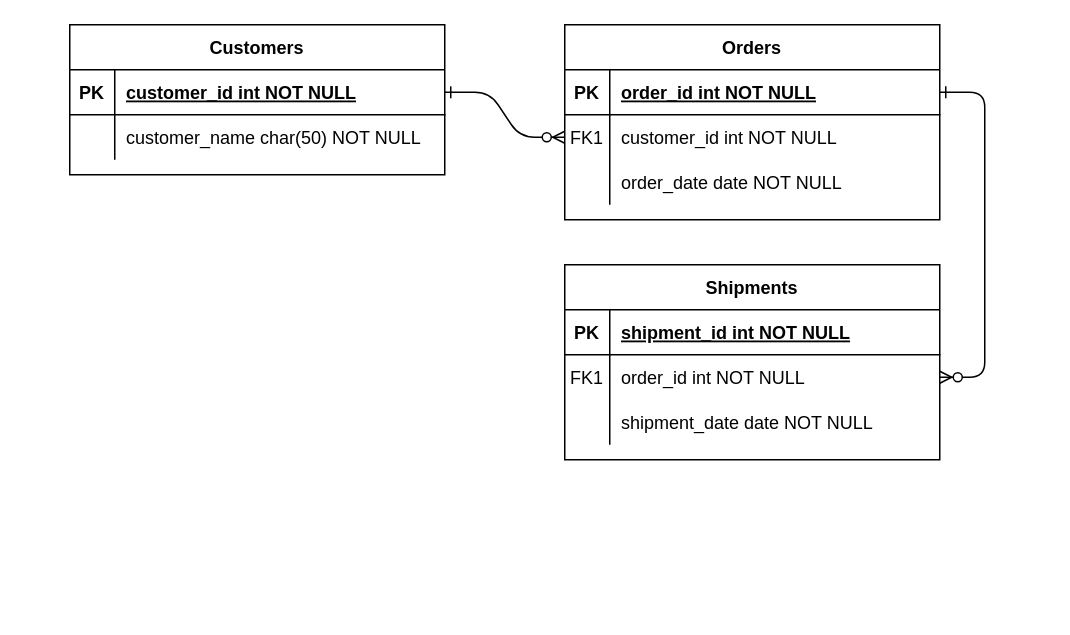
Before: feature-flag.drawio in vikhyat187/System-design-notes, a draw.io diagram. Source tidied: cells renumbered, new cells numbered last; positions are measured from the earlier drawing's top-left corner, leaving out a move shared by most shapes. Both pictures are drawn from the tidied source at 150%, with x=0, y=0 at pixel (69, 24).
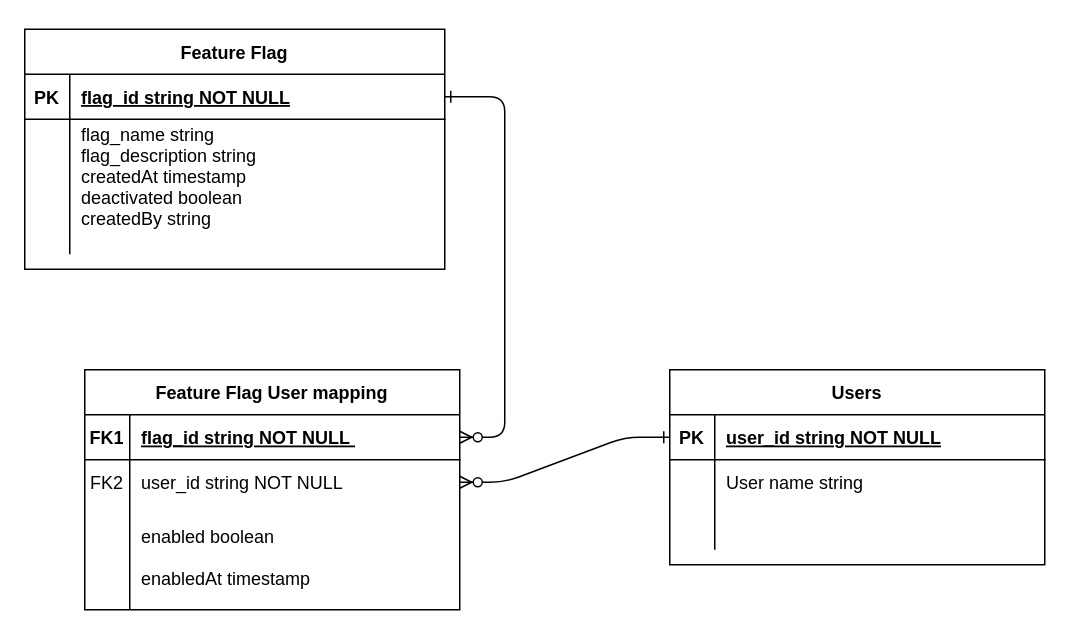
After the change.

Unchanged cells that the change refers to:
```xml
<mxCell id="5" style="shape=partialRectangle;fillColor=none;points=[[0,0.5],[1,0.5]];portConstraint=eastwest;top=0;left=0;right=0;bottom=1;" parent="4" vertex="1">
  <mxGeometry y="30" width="250" height="30" as="geometry" />
</mxCell>
<mxCell id="8" style="shape=partialRectangle;fillColor=none;points=[[0,0.5],[1,0.5]];portConstraint=eastwest;top=0;left=0;right=0;bottom=0;" parent="4" vertex="1">
  <mxGeometry y="60" width="250" height="30" as="geometry" />
</mxCell>
<mxCell id="11" style="shape=partialRectangle;fillColor=none;top=0;left=0;right=0;bottom=0;" parent="4" vertex="1">
  <mxGeometry y="90" width="250" height="30" as="geometry" />
</mxCell>
<mxCell id="15" style="shape=partialRectangle;fillColor=none;points=[[0,0.5],[1,0.5]];portConstraint=eastwest;top=0;left=0;right=0;bottom=1;" parent="14" vertex="1">
  <mxGeometry y="30" width="250" height="30" as="geometry" />
</mxCell>
<mxCell id="18" style="shape=partialRectangle;fillColor=none;points=[[0,0.5],[1,0.5]];portConstraint=eastwest;top=0;left=0;right=0;bottom=0;" parent="14" vertex="1">
  <mxGeometry y="60" width="250" height="30" as="geometry" />
</mxCell>
```

Diff of the diagram source:
```diff
@@
-    <mxCell id="2" style="edgeStyle=entityRelationEdgeStyle;endArrow=ERzeroToMany;startArrow=ERone;endFill=1;startFill=0;" parent="1" edge="1" source="25" target="8">
+    <mxCell id="2" style="edgeStyle=entityRelationEdgeStyle;endArrow=ERzeroToMany;startArrow=ERone;endFill=1;startFill=0;" parent="1" edge="1" source="25" target="15">
       <mxGeometry relative="1" as="geometry" />
     </mxCell>
@@
-    <mxCell id="4" value="Orders" style="shape=table;startSize=30;childLayout=tableLayout;rowLines=0;fontStyle=1;align=center;" parent="1" vertex="1">
-      <mxGeometry x="330" width="250" height="130" as="geometry" />
+    <mxCell id="4" value="Users" style="shape=table;startSize=30;childLayout=tableLayout;rowLines=0;fontStyle=1;align=center;" parent="1" vertex="1">
+      <mxGeometry x="400" y="230" width="250" height="130" as="geometry" />
     </mxCell>
@@
-    <mxCell id="7" value="order_id int NOT NULL " style="shape=partialRectangle;overflow=hidden;fillColor=none;top=0;left=0;bottom=0;right=0;align=left;spacingLeft=6;fontStyle=5;" parent="5" vertex="1">
+    <mxCell id="7" value="user_id string NOT NULL " style="shape=partialRectangle;overflow=hidden;fillColor=none;top=0;left=0;bottom=0;right=0;align=left;spacingLeft=6;fontStyle=5;" parent="5" vertex="1">
       <mxGeometry x="30" width="220" height="30" as="geometry" />
     </mxCell>
@@
-    <mxCell id="9" value="FK1" style="shape=partialRectangle;overflow=hidden;fillColor=none;top=0;left=0;bottom=0;right=0;" parent="8" vertex="1">
+    <mxCell id="9" style="shape=partialRectangle;overflow=hidden;fillColor=none;top=0;left=0;bottom=0;right=0;" parent="8" vertex="1">
       <mxGeometry width="30" height="30" as="geometry" />
     </mxCell>
-    <mxCell id="10" value="customer_id int NOT NULL" style="shape=partialRectangle;overflow=hidden;fillColor=none;top=0;left=0;bottom=0;right=0;align=left;spacingLeft=6;" parent="8" vertex="1">
+    <mxCell id="10" value="User name string" style="shape=partialRectangle;overflow=hidden;fillColor=none;top=0;left=0;bottom=0;right=0;align=left;spacingLeft=6;" parent="8" vertex="1">
       <mxGeometry x="30" width="220" height="30" as="geometry" />
     </mxCell>
@@
-    <mxCell id="13" value="order_date date NOT NULL" style="shape=partialRectangle;overflow=hidden;fillColor=none;top=0;left=0;bottom=0;right=0;align=left;spacingLeft=6;" parent="11" vertex="1">
+    <mxCell id="13" style="shape=partialRectangle;overflow=hidden;fillColor=none;top=0;left=0;bottom=0;right=0;align=left;spacingLeft=6;" parent="11" vertex="1">
       <mxGeometry x="30" width="220" height="30" as="geometry" />
     </mxCell>
-    <mxCell id="14" value="Shipments" style="shape=table;startSize=30;childLayout=tableLayout;rowLines=0;fontStyle=1;align=center;" parent="1" vertex="1">
-      <mxGeometry x="330" y="160" width="250" height="130" as="geometry" />
+    <mxCell id="14" value="Feature Flag User mapping" style="shape=table;startSize=30;childLayout=tableLayout;rowLines=0;fontStyle=1;align=center;" parent="1" vertex="1">
+      <mxGeometry x="10" y="230" width="250" height="160" as="geometry" />
     </mxCell>
@@
-    <mxCell id="16" value="PK" style="shape=partialRectangle;overflow=hidden;fillColor=none;top=0;left=0;bottom=0;right=0;fontStyle=1;" parent="15" vertex="1">
+    <mxCell id="16" value="FK1" style="shape=partialRectangle;overflow=hidden;fillColor=none;top=0;left=0;bottom=0;right=0;fontStyle=1;" parent="15" vertex="1">
       <mxGeometry width="30" height="30" as="geometry" />
     </mxCell>
-    <mxCell id="17" value="shipment_id int NOT NULL " style="shape=partialRectangle;overflow=hidden;fillColor=none;top=0;left=0;bottom=0;right=0;align=left;spacingLeft=6;fontStyle=5;" parent="15" vertex="1">
+    <mxCell id="17" value="flag_id string NOT NULL " style="shape=partialRectangle;overflow=hidden;fillColor=none;top=0;left=0;bottom=0;right=0;align=left;spacingLeft=6;fontStyle=5;" parent="15" vertex="1">
       <mxGeometry x="30" width="220" height="30" as="geometry" />
     </mxCell>
@@
-    <mxCell id="19" value="FK1" style="shape=partialRectangle;overflow=hidden;fillColor=none;top=0;left=0;bottom=0;right=0;" parent="18" vertex="1">
+    <mxCell id="19" value="FK2" style="shape=partialRectangle;overflow=hidden;fillColor=none;top=0;left=0;bottom=0;right=0;" parent="18" vertex="1">
       <mxGeometry width="30" height="30" as="geometry" />
     </mxCell>
-    <mxCell id="20" value="order_id int NOT NULL" style="shape=partialRectangle;overflow=hidden;fillColor=none;top=0;left=0;bottom=0;right=0;align=left;spacingLeft=6;" parent="18" vertex="1">
+    <mxCell id="20" value="user_id string NOT NULL " style="shape=partialRectangle;overflow=hidden;fillColor=none;top=0;left=0;bottom=0;right=0;align=left;spacingLeft=6;" parent="18" vertex="1">
       <mxGeometry x="30" width="220" height="30" as="geometry" />
     </mxCell>
     <mxCell id="21" style="shape=partialRectangle;fillColor=none;top=0;left=0;right=0;bottom=0;" parent="14" vertex="1">
-      <mxGeometry y="90" width="250" height="30" as="geometry" />
+      <mxGeometry y="90" width="250" height="70" as="geometry" />
     </mxCell>
     <mxCell id="22" style="shape=partialRectangle;overflow=hidden;fillColor=none;top=0;left=0;bottom=0;right=0;" parent="21" vertex="1">
-      <mxGeometry width="30" height="30" as="geometry" />
+      <mxGeometry width="30" height="70" as="geometry" />
     </mxCell>
-    <mxCell id="23" value="shipment_date date NOT NULL" style="shape=partialRectangle;overflow=hidden;fillColor=none;top=0;left=0;bottom=0;right=0;align=left;spacingLeft=6;" parent="21" vertex="1">
-      <mxGeometry x="30" width="220" height="30" as="geometry" />
+    <mxCell id="23" value="enabled boolean &#10;&#10;enabledAt timestamp" style="shape=partialRectangle;overflow=hidden;fillColor=none;top=0;left=0;bottom=0;right=0;align=left;spacingLeft=6;" parent="21" vertex="1">
+      <mxGeometry x="30" width="220" height="70" as="geometry" />
     </mxCell>
-    <mxCell id="24" value="Customers" style="shape=table;startSize=30;childLayout=tableLayout;rowLines=0;fontStyle=1;align=center;" parent="1" vertex="1">
-      <mxGeometry width="250" height="100" as="geometry" />
+    <mxCell id="24" value="Feature Flag" style="shape=table;startSize=30;childLayout=tableLayout;rowLines=0;fontStyle=1;align=center;" parent="1" vertex="1">
+      <mxGeometry x="-30" y="3" width="280" height="160" as="geometry" />
     </mxCell>
     <mxCell id="25" style="shape=partialRectangle;fillColor=none;points=[[0,0.5],[1,0.5]];portConstraint=eastwest;top=0;left=0;right=0;bottom=1;" parent="24" vertex="1">
-      <mxGeometry y="30" width="250" height="30" as="geometry" />
+      <mxGeometry y="30" width="280" height="30" as="geometry" />
     </mxCell>
@@
-    <mxCell id="27" value="customer_id int NOT NULL " style="shape=partialRectangle;overflow=hidden;fillColor=none;top=0;left=0;bottom=0;right=0;align=left;spacingLeft=6;fontStyle=5;" parent="25" vertex="1">
-      <mxGeometry x="30" width="220" height="30" as="geometry" />
+    <mxCell id="27" value="flag_id string NOT NULL" style="shape=partialRectangle;overflow=hidden;fillColor=none;top=0;left=0;bottom=0;right=0;align=left;spacingLeft=6;fontStyle=5;" parent="25" vertex="1">
+      <mxGeometry x="30" width="250" height="30" as="geometry" />
     </mxCell>
     <mxCell id="28" style="shape=partialRectangle;fillColor=none;top=0;left=0;right=0;bottom=0;" parent="24" vertex="1">
-      <mxGeometry y="60" width="250" height="30" as="geometry" />
+      <mxGeometry y="60" width="280" height="90" as="geometry" />
     </mxCell>
     <mxCell id="29" style="shape=partialRectangle;overflow=hidden;fillColor=none;top=0;left=0;bottom=0;right=0;" parent="28" vertex="1">
-      <mxGeometry width="30" height="30" as="geometry" />
+      <mxGeometry width="30" height="90" as="geometry" />
     </mxCell>
-    <mxCell id="30" value="customer_name char(50) NOT NULL" style="shape=partialRectangle;overflow=hidden;fillColor=none;top=0;left=0;bottom=0;right=0;align=left;spacingLeft=6;" parent="28" vertex="1">
-      <mxGeometry x="30" width="220" height="30" as="geometry" />
+    <mxCell id="30" value="flag_name string&#10;flag_description string&#10;createdAt timestamp&#10;deactivated boolean&#10;createdBy string&#10;" style="shape=partialRectangle;overflow=hidden;fillColor=none;top=0;left=0;bottom=0;right=0;align=left;spacingLeft=6;" parent="28" vertex="1">
+      <mxGeometry x="30" width="250" height="90" as="geometry" />
     </mxCell>
```
